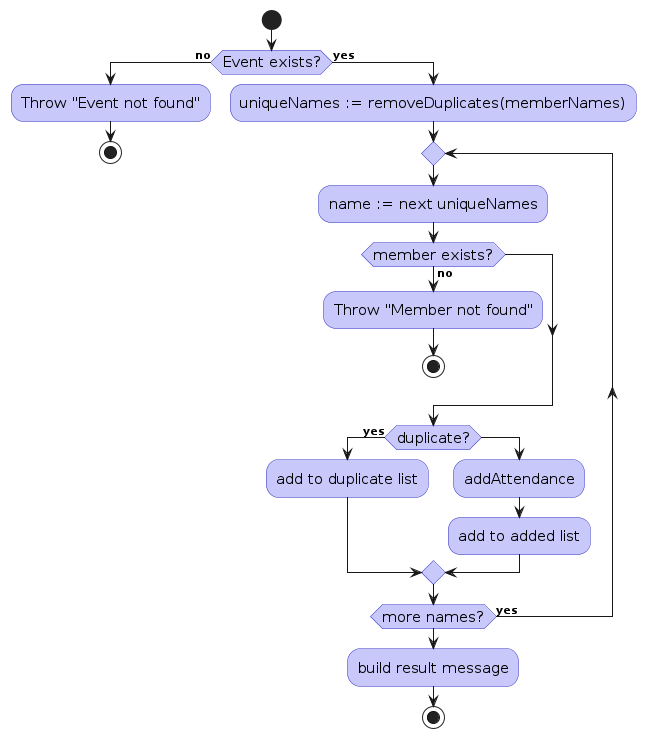
The PlantUML diagram diagrams/AttendanceActivity.png in chenguo3125/tp, before a commit. Its source is kept beside it as diagrams/AttendanceActivity.puml. The source it was exported from:
```plantuml
@startuml
!include style.puml
skinparam ActivityBackgroundColor LOGIC_COLOR_T1
skinparam ActivityBorderColor LOGIC_COLOR
skinparam ActivityFontSize 15

start
if (Event exists?) then (no)
  :Throw "Event not found";
  stop
else (yes)
  :uniqueNames := removeDuplicates(memberNames);
  repeat
    :name := next uniqueNames;
    if (member exists?) then (no)
      :Throw "Member not found";
      stop
    endif
    if (duplicate?) then (yes)
      :add to duplicate list;
    else
      :addAttendance;
      :add to added list;
    endif
  repeat while (more names?) is (yes)
  :build result message;
  stop
endif
@enduml
```
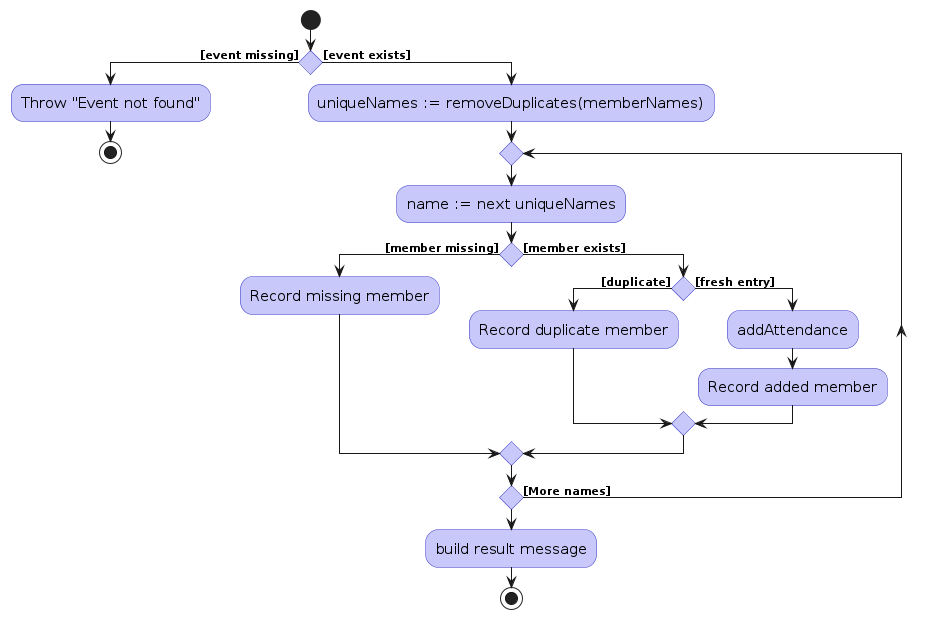
After the commit.

Change to the diagram source:
```diff
@@ -5,25 +5,25 @@
 skinparam ActivityFontSize 15
 
 start
-if (Event exists?) then (no)
+if () then ([event missing])
   :Throw "Event not found";
   stop
-else (yes)
+else ([event exists])
   :uniqueNames := removeDuplicates(memberNames);
   repeat
     :name := next uniqueNames;
-    if (member exists?) then (no)
-      :Throw "Member not found";
-      stop
+    if () then ([member missing])
+      :Record missing member;
+    else ([member exists])
+      if () then ([duplicate])
+        :Record duplicate member;
+      else ([fresh entry])
+        :addAttendance;
+        :Record added member;
+      endif
     endif
-    if (duplicate?) then (yes)
-      :add to duplicate list;
-    else
-      :addAttendance;
-      :add to added list;
-    endif
-  repeat while (more names?) is (yes)
-  :build result message;
-  stop
+repeat while () is ([More names])
+:build result message;
+stop
 endif
 @enduml
```
